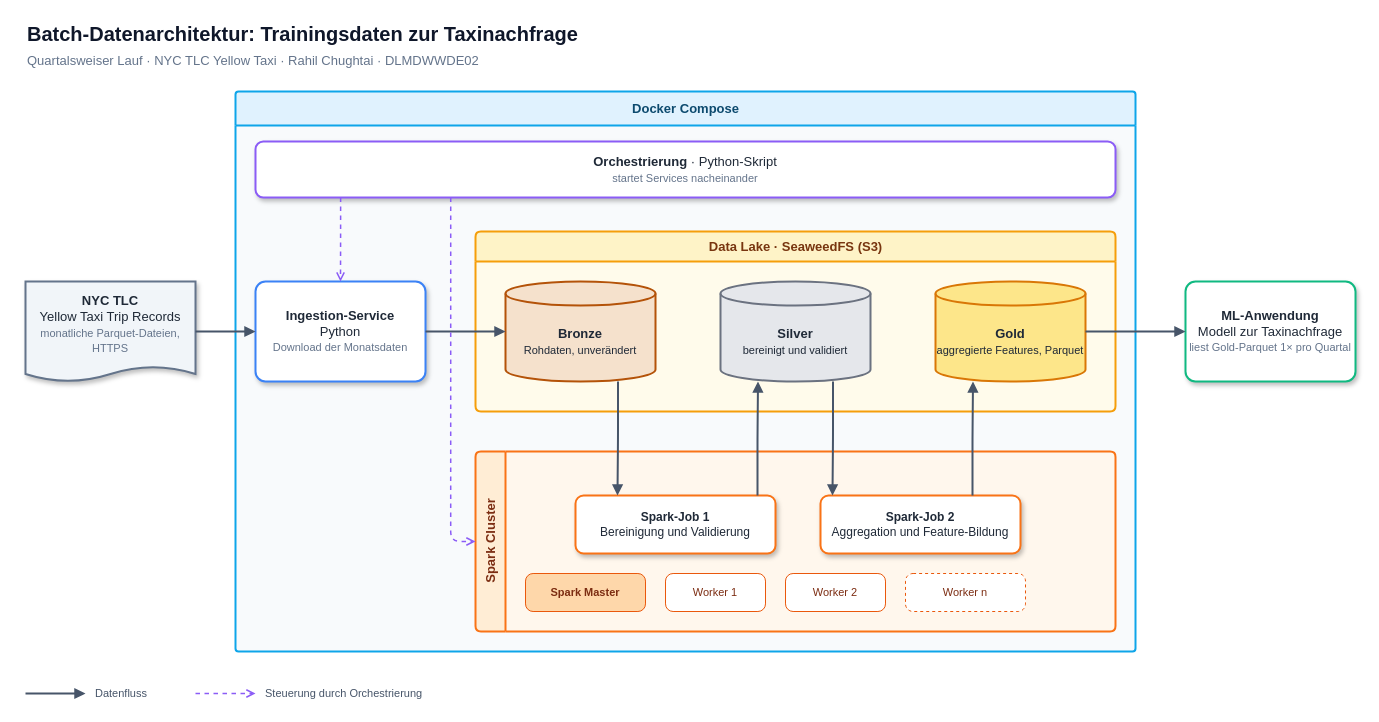
This is figures/architektur.drawio from rahilchughtai/DataEngineerProjekt, a draw.io file, before an edit. Source tidied: cells renumbered, new cells numbered last; positions are measured from the earlier drawing's top-left corner, leaving out a move shared by most shapes. Both pictures are drawn from the tidied source at 100%, with x=0, y=0 at pixel (25, 17).
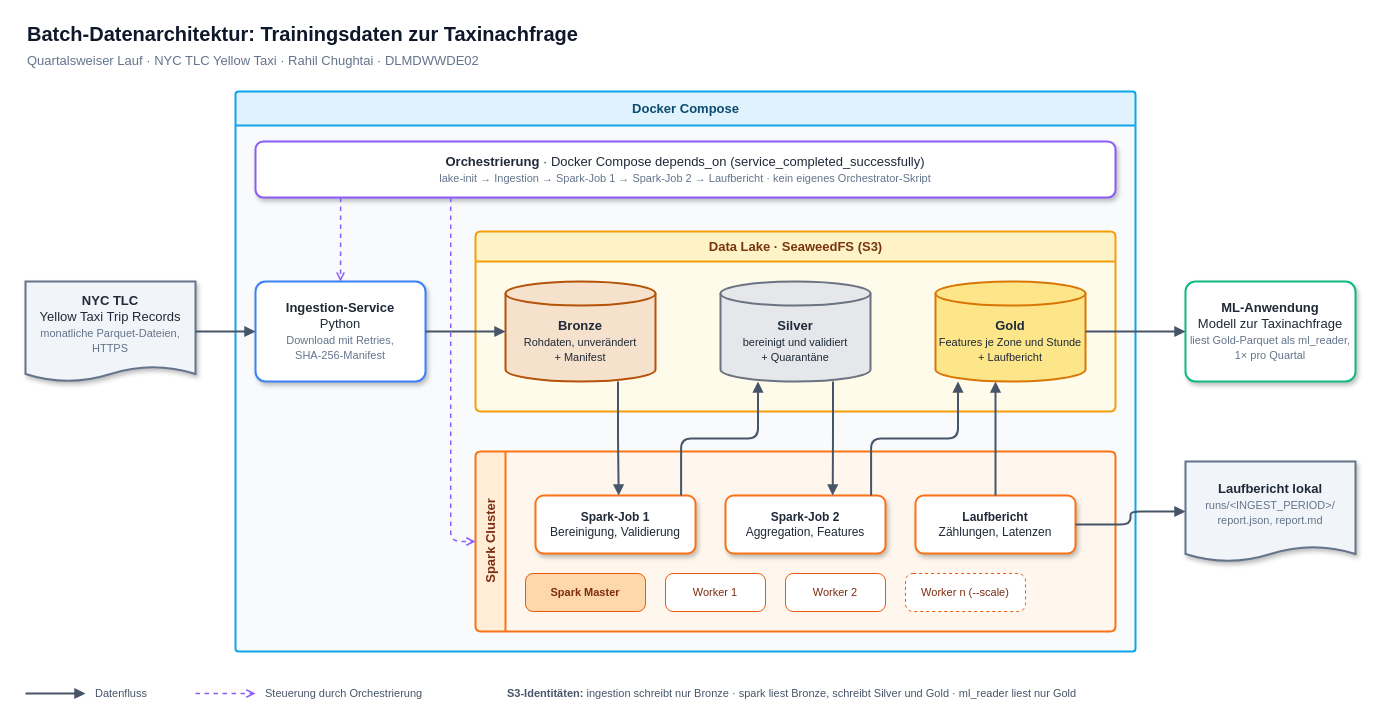
The same page after the edit.

The change refers to these unchanged cells:
```xml
<mxCell id="4" value="Docker Compose" style="swimlane;startSize=34;rounded=1;arcSize=3;html=1;fillColor=#E0F2FE;swimlaneFillColor=#F8FAFC;strokeColor=#0EA5E9;strokeWidth=2;fontColor=#0C4A6E;fontStyle=1;fontSize=13;" parent="1" vertex="1">
  <mxGeometry x="210" y="74" width="900" height="560" as="geometry" />
</mxCell>
<mxCell id="7" value="Data Lake · SeaweedFS (S3)" style="swimlane;startSize=30;rounded=1;arcSize=6;html=1;fillColor=#FEF3C7;swimlaneFillColor=#FFFBEB;strokeColor=#F59E0B;strokeWidth=2;fontColor=#78350F;fontStyle=1;fontSize=13;" parent="4" vertex="1">
  <mxGeometry x="240" y="140" width="640" height="180" as="geometry" />
</mxCell>
<mxCell id="11" value="Spark Cluster" style="swimlane;startSize=30;rounded=1;arcSize=6;html=1;fillColor=#FFEDD5;swimlaneFillColor=#FFF7ED;strokeColor=#F97316;strokeWidth=2;fontColor=#7C2D12;fontStyle=1;fontSize=13;horizontal=0;" parent="4" vertex="1">
  <mxGeometry x="240" y="360" width="640" height="180" as="geometry" />
</mxCell>
```

What changed in the source:
```diff
@@
-    <mxCell id="5" value="&lt;b&gt;Orchestrierung&lt;/b&gt; · Python-Skript&lt;br&gt;&lt;span style=&quot;font-size:11px;color:#64748B&quot;&gt;startet Services nacheinander&lt;/span&gt;" style="rounded=1;arcSize=14;whiteSpace=wrap;html=1;fillColor=#FFFFFF;strokeColor=#8B5CF6;strokeWidth=2;shadow=1;fontColor=#1F2937;fontSize=13;" parent="4" vertex="1">
+    <mxCell id="5" value="&lt;b&gt;Orchestrierung&lt;/b&gt; · Docker Compose depends_on (service_completed_successfully)&lt;br&gt;&lt;span style=&quot;font-size:11px;color:#64748B&quot;&gt;lake-init → Ingestion → Spark-Job 1 → Spark-Job 2 → Laufbericht · kein eigenes Orchestrator-Skript&lt;/span&gt;" style="rounded=1;arcSize=14;whiteSpace=wrap;html=1;fillColor=#FFFFFF;strokeColor=#8B5CF6;strokeWidth=2;shadow=1;fontColor=#1F2937;fontSize=13;" parent="4" vertex="1">
       <mxGeometry x="20" y="50" width="860" height="56" as="geometry" />
     </mxCell>
-    <mxCell id="6" value="&lt;b&gt;Ingestion-Service&lt;/b&gt;&lt;br&gt;Python&lt;br&gt;&lt;span style=&quot;font-size:11px;color:#64748B&quot;&gt;Download der Monatsdaten&lt;/span&gt;" style="rounded=1;arcSize=10;whiteSpace=wrap;html=1;fillColor=#FFFFFF;strokeColor=#3B82F6;strokeWidth=2;shadow=1;fontColor=#1F2937;fontSize=13;" parent="4" vertex="1">
+    <mxCell id="6" value="&lt;b&gt;Ingestion-Service&lt;/b&gt;&lt;br&gt;Python&lt;br&gt;&lt;span style=&quot;font-size:11px;color:#64748B&quot;&gt;Download mit Retries,&lt;br&gt;SHA-256-Manifest&lt;/span&gt;" style="rounded=1;arcSize=10;whiteSpace=wrap;html=1;fillColor=#FFFFFF;strokeColor=#3B82F6;strokeWidth=2;shadow=1;fontColor=#1F2937;fontSize=13;" parent="4" vertex="1">
       <mxGeometry x="20" y="190" width="170" height="100" as="geometry" />
     </mxCell>
@@
-    <mxCell id="8" value="&lt;b&gt;Bronze&lt;/b&gt;&lt;br&gt;&lt;span style=&quot;font-size:11px&quot;&gt;Rohdaten, unverändert&lt;/span&gt;" style="shape=cylinder3;whiteSpace=wrap;html=1;boundedLbl=1;size=12;fillColor=#F5E1CC;strokeColor=#B45309;strokeWidth=2;fontColor=#1F2937;fontSize=13;" parent="7" vertex="1">
+    <mxCell id="8" value="&lt;b&gt;Bronze&lt;/b&gt;&lt;br&gt;&lt;span style=&quot;font-size:11px&quot;&gt;Rohdaten, unverändert&lt;br&gt;+ Manifest&lt;/span&gt;" style="shape=cylinder3;whiteSpace=wrap;html=1;boundedLbl=1;size=12;fillColor=#F5E1CC;strokeColor=#B45309;strokeWidth=2;fontColor=#1F2937;fontSize=13;" parent="7" vertex="1">
       <mxGeometry x="30" y="50" width="150" height="100" as="geometry" />
     </mxCell>
-    <mxCell id="9" value="&lt;b&gt;Silver&lt;/b&gt;&lt;br&gt;&lt;span style=&quot;font-size:11px&quot;&gt;bereinigt und validiert&lt;/span&gt;" style="shape=cylinder3;whiteSpace=wrap;html=1;boundedLbl=1;size=12;fillColor=#E5E7EB;strokeColor=#6B7280;strokeWidth=2;fontColor=#1F2937;fontSize=13;" parent="7" vertex="1">
+    <mxCell id="9" value="&lt;b&gt;Silver&lt;/b&gt;&lt;br&gt;&lt;span style=&quot;font-size:11px&quot;&gt;bereinigt und validiert&lt;br&gt;+ Quarantäne&lt;/span&gt;" style="shape=cylinder3;whiteSpace=wrap;html=1;boundedLbl=1;size=12;fillColor=#E5E7EB;strokeColor=#6B7280;strokeWidth=2;fontColor=#1F2937;fontSize=13;" parent="7" vertex="1">
       <mxGeometry x="245" y="50" width="150" height="100" as="geometry" />
     </mxCell>
-    <mxCell id="10" value="&lt;b&gt;Gold&lt;/b&gt;&lt;br&gt;&lt;span style=&quot;font-size:11px&quot;&gt;aggregierte Features, Parquet&lt;/span&gt;" style="shape=cylinder3;whiteSpace=wrap;html=1;boundedLbl=1;size=12;fillColor=#FDE68A;strokeColor=#D97706;strokeWidth=2;fontColor=#1F2937;fontSize=13;" parent="7" vertex="1">
+    <mxCell id="10" value="&lt;b&gt;Gold&lt;/b&gt;&lt;br&gt;&lt;span style=&quot;font-size:11px&quot;&gt;Features je Zone und Stunde&lt;br&gt;+ Laufbericht&lt;/span&gt;" style="shape=cylinder3;whiteSpace=wrap;html=1;boundedLbl=1;size=12;fillColor=#FDE68A;strokeColor=#D97706;strokeWidth=2;fontColor=#1F2937;fontSize=13;" parent="7" vertex="1">
       <mxGeometry x="460" y="50" width="150" height="100" as="geometry" />
     </mxCell>
@@
-    <mxCell id="12" value="&lt;b&gt;Spark-Job 1&lt;/b&gt;&lt;br&gt;Bereinigung und Validierung" style="rounded=1;arcSize=14;whiteSpace=wrap;html=1;fillColor=#FFFFFF;strokeColor=#F97316;strokeWidth=2;shadow=1;fontColor=#1F2937;fontSize=12;" parent="11" vertex="1">
-      <mxGeometry x="100" y="44" width="200" height="58" as="geometry" />
+    <mxCell id="12" value="&lt;b&gt;Spark-Job 1&lt;/b&gt;&lt;br&gt;Bereinigung, Validierung" style="rounded=1;arcSize=14;whiteSpace=wrap;html=1;fillColor=#FFFFFF;strokeColor=#F97316;strokeWidth=2;shadow=1;fontColor=#1F2937;fontSize=12;" parent="11" vertex="1">
+      <mxGeometry x="60" y="44" width="160" height="58" as="geometry" />
     </mxCell>
-    <mxCell id="13" value="&lt;b&gt;Spark-Job 2&lt;/b&gt;&lt;br&gt;Aggregation und Feature-Bildung" style="rounded=1;arcSize=14;whiteSpace=wrap;html=1;fillColor=#FFFFFF;strokeColor=#F97316;strokeWidth=2;shadow=1;fontColor=#1F2937;fontSize=12;" parent="11" vertex="1">
-      <mxGeometry x="345" y="44" width="200" height="58" as="geometry" />
+    <mxCell id="13" value="&lt;b&gt;Spark-Job 2&lt;/b&gt;&lt;br&gt;Aggregation, Features" style="rounded=1;arcSize=14;whiteSpace=wrap;html=1;fillColor=#FFFFFF;strokeColor=#F97316;strokeWidth=2;shadow=1;fontColor=#1F2937;fontSize=12;" parent="11" vertex="1">
+      <mxGeometry x="250" y="44" width="160" height="58" as="geometry" />
     </mxCell>
+    <mxCell id="32" value="&lt;b&gt;Laufbericht&lt;/b&gt;&lt;br&gt;Zählungen, Latenzen" style="rounded=1;arcSize=14;whiteSpace=wrap;html=1;fillColor=#FFFFFF;strokeColor=#F97316;strokeWidth=2;shadow=1;fontColor=#1F2937;fontSize=12;" parent="11" vertex="1">
+      <mxGeometry x="440" y="44" width="160" height="58" as="geometry" />
+    </mxCell>
@@
-    <mxCell id="17" value="Worker n" style="rounded=1;arcSize=20;whiteSpace=wrap;html=1;fillColor=#FFFFFF;strokeColor=#EA580C;dashed=1;fontColor=#7C2D12;fontSize=11;" parent="11" vertex="1">
+    <mxCell id="17" value="Worker n (--scale)" style="rounded=1;arcSize=20;whiteSpace=wrap;html=1;fillColor=#FFFFFF;strokeColor=#EA580C;dashed=1;fontColor=#7C2D12;fontSize=11;" parent="11" vertex="1">
       <mxGeometry x="430" y="122" width="120" height="38" as="geometry" />
     </mxCell>
+    <mxCell id="33" value="&lt;b&gt;Laufbericht lokal&lt;/b&gt;&lt;br&gt;&lt;span style=&quot;font-size:11px;color:#64748B&quot;&gt;runs/&amp;lt;INGEST_PERIOD&amp;gt;/&lt;br&gt;report.json, report.md&lt;/span&gt;" style="shape=document;size=0.15;whiteSpace=wrap;html=1;boundedLbl=1;fillColor=#F1F5F9;strokeColor=#64748B;strokeWidth=2;shadow=1;fontColor=#1F2937;fontSize=13;" parent="1" vertex="1">
+      <mxGeometry x="1160" y="444" width="170" height="100" as="geometry" />
+    </mxCell>
-    <mxCell id="18" value="&lt;b&gt;ML-Anwendung&lt;/b&gt;&lt;br&gt;Modell zur Taxinachfrage&lt;br&gt;&lt;span style=&quot;font-size:11px;color:#64748B&quot;&gt;liest Gold-Parquet 1× pro Quartal&lt;/span&gt;" style="rounded=1;arcSize=10;whiteSpace=wrap;html=1;fillColor=#FFFFFF;strokeColor=#10B981;strokeWidth=2;shadow=1;fontColor=#1F2937;fontSize=13;" parent="1" vertex="1">
+    <mxCell id="18" value="&lt;b&gt;ML-Anwendung&lt;/b&gt;&lt;br&gt;Modell zur Taxinachfrage&lt;br&gt;&lt;span style=&quot;font-size:11px;color:#64748B&quot;&gt;liest Gold-Parquet als ml_reader, 1× pro Quartal&lt;/span&gt;" style="rounded=1;arcSize=10;whiteSpace=wrap;html=1;fillColor=#FFFFFF;strokeColor=#10B981;strokeWidth=2;shadow=1;fontColor=#1F2937;fontSize=13;" parent="1" vertex="1">
       <mxGeometry x="1160" y="264" width="170" height="100" as="geometry" />
     </mxCell>
@@
-    <mxCell id="21" style="edgeStyle=orthogonalEdgeStyle;rounded=1;html=1;strokeColor=#475569;strokeWidth=2;endArrow=block;endFill=1;exitX=0.75;exitY=1;entryX=0.21;entryY=0;" parent="4" edge="1" source="8" target="12">
+    <mxCell id="21" style="edgeStyle=orthogonalEdgeStyle;rounded=1;html=1;strokeColor=#475569;strokeWidth=2;endArrow=block;endFill=1;exitX=0.75;exitY=1;entryX=0.52;entryY=0;" parent="4" edge="1" source="8" target="12">
       <mxGeometry relative="1" as="geometry" />
     </mxCell>
@@
-    <mxCell id="23" style="edgeStyle=orthogonalEdgeStyle;rounded=1;html=1;strokeColor=#475569;strokeWidth=2;endArrow=block;endFill=1;exitX=0.75;exitY=1;entryX=0.06;entryY=0;" parent="4" edge="1" source="9" target="13">
+    <mxCell id="23" style="edgeStyle=orthogonalEdgeStyle;rounded=1;html=1;strokeColor=#475569;strokeWidth=2;endArrow=block;endFill=1;exitX=0.75;exitY=1;entryX=0.67;entryY=0;" parent="4" edge="1" source="9" target="13">
       <mxGeometry relative="1" as="geometry" />
     </mxCell>
-    <mxCell id="24" style="edgeStyle=orthogonalEdgeStyle;rounded=1;html=1;strokeColor=#475569;strokeWidth=2;endArrow=block;endFill=1;exitX=0.76;exitY=0;entryX=0.25;entryY=1;" parent="4" edge="1" source="13" target="10">
+    <mxCell id="24" style="edgeStyle=orthogonalEdgeStyle;rounded=1;html=1;strokeColor=#475569;strokeWidth=2;endArrow=block;endFill=1;exitX=0.91;exitY=0;entryX=0.15;entryY=1;" parent="4" edge="1" source="13" target="10">
       <mxGeometry relative="1" as="geometry" />
     </mxCell>
@@
+    <mxCell id="34" style="edgeStyle=orthogonalEdgeStyle;rounded=1;html=1;strokeColor=#475569;strokeWidth=2;endArrow=block;endFill=1;exitX=0.5;exitY=0;entryX=0.4;entryY=1;" parent="4" edge="1" source="32" target="10">
+      <mxGeometry relative="1" as="geometry" />
+    </mxCell>
+    <mxCell id="35" style="edgeStyle=orthogonalEdgeStyle;rounded=1;html=1;strokeColor=#475569;strokeWidth=2;endArrow=block;endFill=1;exitX=1;exitY=0.5;entryX=0;entryY=0.5;" parent="1" edge="1" source="32" target="33">
+      <mxGeometry relative="1" as="geometry" />
+    </mxCell>
@@
+    <mxCell id="36" value="&lt;b&gt;S3-Identitäten:&lt;/b&gt; ingestion schreibt nur Bronze · spark liest Bronze, schreibt Silver und Gold · ml_reader liest nur Gold" style="text;html=1;align=left;verticalAlign=middle;fontSize=11;fontColor=#475569;" parent="1" vertex="1">
+      <mxGeometry x="480" y="664" width="760" height="24" as="geometry" />
+    </mxCell>
```
